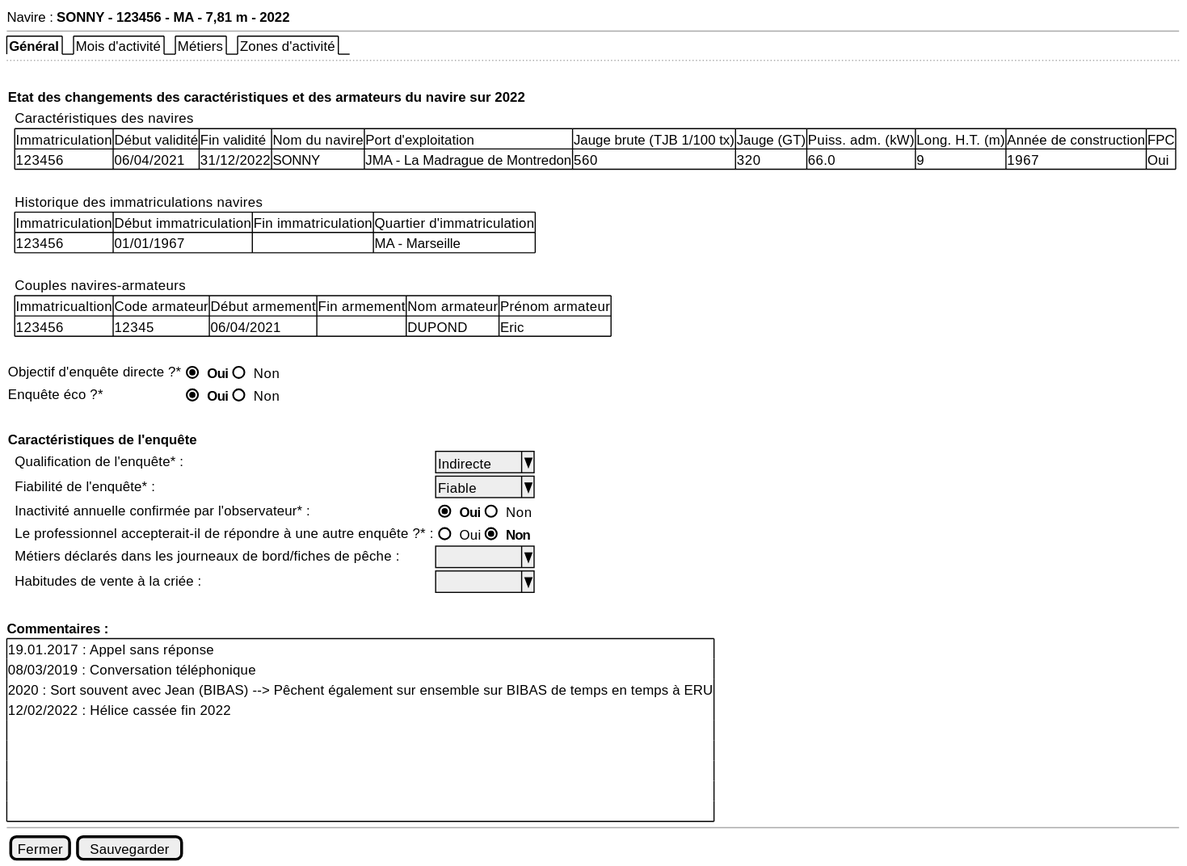
Above: projects/activity-calendar/spe/images/activity-calendar-new-general.svg in sumaris-net/sumaris-doc (PlantUML), before the change.
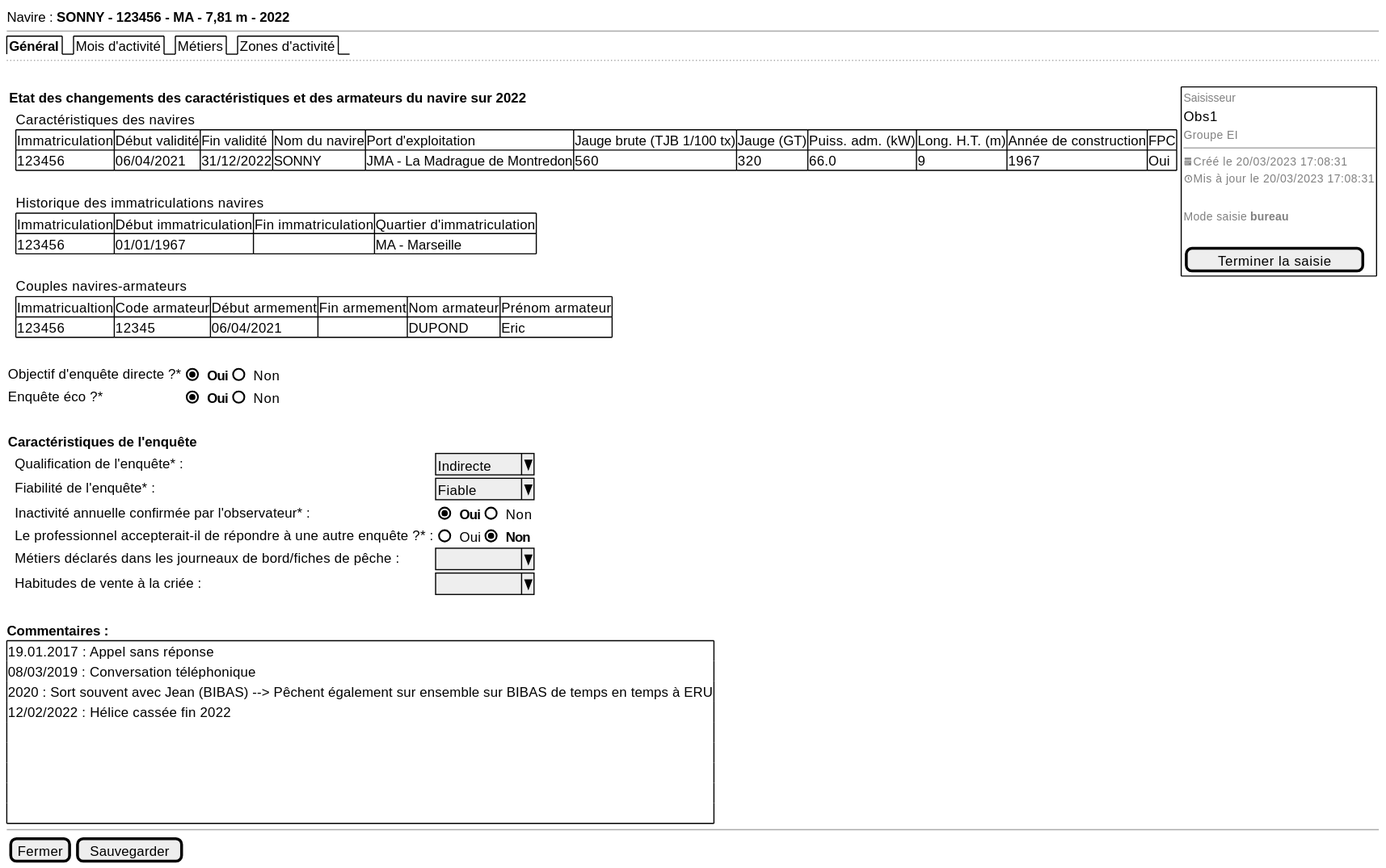
After the commit.

The edit, as a diff of the source:
```diff
@@ -5,7 +5,7 @@
   {/ <b>Général | Mois d'activité | Métiers | Zones d'activité}
   ..
   .
-  {
+  {{
   <b>Etat des changements des caractéristiques et des armateurs du navire sur 2022
     {
     . | Caractéristiques des navires
@@ -22,7 +22,18 @@
     . | {# Immatricualtion | Code armateur | Début armement | Fin armement | Nom armateur | Prénom armateur
        123456 | 12345 | 06/04/2021 | . | DUPOND | Eric}
     }
-  }
+  }|{+
+                   { <font color=grey size=10>Saisisseur
+                   Obs1
+                   <font color=grey size=10>Groupe EI
+                   --
+                   <font color=grey size=10><&calendar>Créé le 20/03/2023 17:08:31
+                   <font color=grey size=10><&clock>Mis à jour le 20/03/2023 17:08:31
+                   .
+                   <font color=grey size=10>Mode saisie <b>bureau
+                   .
+                   [ Terminer la saisie]
+                   }}}
   .
   {
     Objectif d'enquête directe ?* | { (X) <b>Oui | () Non }
```
